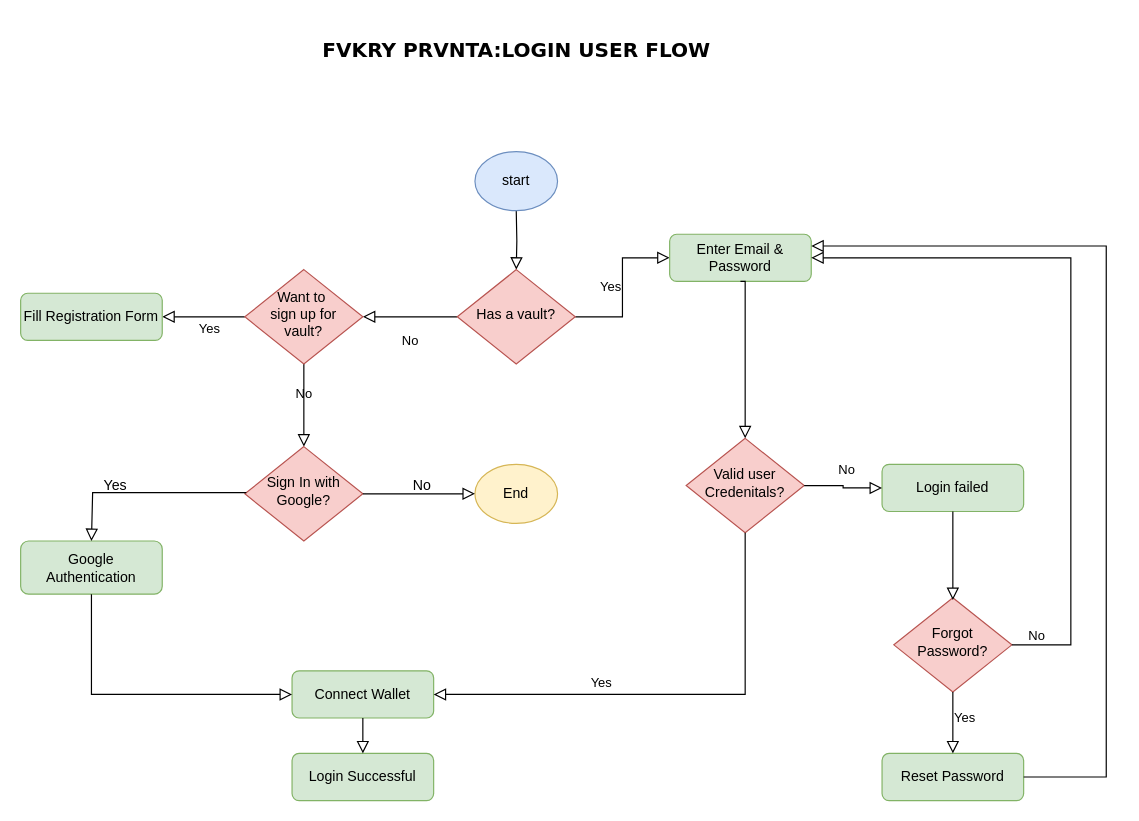
The draw.io diagram diagrams/login.drawio in calebomondi/fvkry-prvnta, before the edit. Source tidied: cells renumbered, new cells numbered last; positions are measured from the earlier drawing's top-left corner, leaving out a move shared by most shapes. Both pictures are drawn from the tidied source at 118%, with x=0, y=0 at pixel (20, 32).
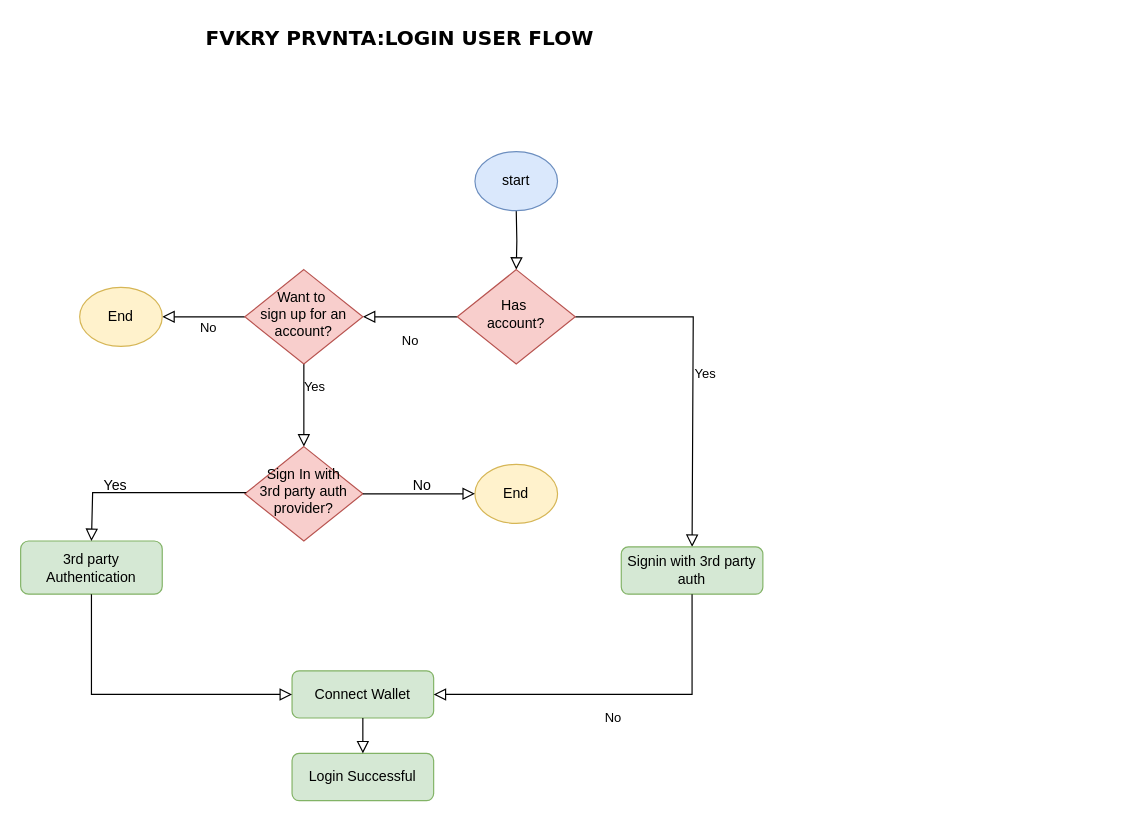
Above is the later version.

Commit message (it also covers changes not shown here):
Added modified user flow diagrams

Unchanged cells that the change refers to:
```xml
<mxCell id="19" value="Connect Wallet" style="rounded=1;whiteSpace=wrap;html=1;fillColor=#d5e8d4;strokeColor=#82b366;" parent="1" vertex="1">
  <mxGeometry x="230" y="541" width="120" height="40" as="geometry" />
</mxCell>
```

Change to the diagram source:
```diff
@@
-    <mxCell id="4" value="Yes" style="edgeStyle=orthogonalEdgeStyle;rounded=0;html=1;jettySize=auto;fontSize=11;endArrow=block;endFill=0;endSize=8;strokeWidth=1;shadow=0;labelBackgroundColor=none;" parent="1" edge="1" source="5" target="6">
-      <mxGeometry y="10" relative="1" as="geometry" />
+    <mxCell id="4" value="Yes" style="edgeStyle=orthogonalEdgeStyle;rounded=0;html=1;jettySize=auto;fontSize=11;endArrow=block;endFill=0;endSize=8;strokeWidth=1;shadow=0;labelBackgroundColor=none;entryX=0.5;entryY=0;entryDx=0;entryDy=0;" parent="1" edge="1" source="5" target="36">
+      <mxGeometry y="10" relative="1" as="geometry">
+        <Array as="points">
+          <mxPoint x="570" y="241" />
+        </Array>
+      </mxGeometry>
     </mxCell>
-    <mxCell id="5" value="Has a vault?" style="rhombus;whiteSpace=wrap;html=1;shadow=0;fontFamily=Helvetica;fontSize=12;align=center;strokeWidth=1;spacing=6;spacingTop=-4;fillColor=#f8cecc;strokeColor=#b85450;" parent="1" vertex="1">
+    <mxCell id="5" value="Has&amp;nbsp;&lt;div&gt;account?&lt;/div&gt;" style="rhombus;whiteSpace=wrap;html=1;shadow=0;fontFamily=Helvetica;fontSize=12;align=center;strokeWidth=1;spacing=6;spacingTop=-4;fillColor=#f8cecc;strokeColor=#b85450;" parent="1" vertex="1">
       <mxGeometry x="370" y="201" width="100" height="80" as="geometry" />
     </mxCell>
-    <mxCell id="6" value="Enter Email &amp;amp;&lt;div&gt;Password&lt;/div&gt;" style="rounded=1;whiteSpace=wrap;html=1;fontSize=12;glass=0;strokeWidth=1;shadow=0;fillColor=#d5e8d4;strokeColor=#82b366;" parent="1" vertex="1">
-      <mxGeometry x="550" y="171" width="120" height="40" as="geometry" />
-    </mxCell>
-    <mxCell id="7" value="Yes" style="rounded=0;html=1;jettySize=auto;fontSize=11;endArrow=block;endFill=0;endSize=8;strokeWidth=1;shadow=0;labelBackgroundColor=none;edgeStyle=orthogonalEdgeStyle;" parent="1" edge="1" source="9" target="10">
-      <mxGeometry x="-0.14" y="10" relative="1" as="geometry" />
+    <mxCell id="7" value="No" style="rounded=0;html=1;jettySize=auto;fontSize=11;endArrow=block;endFill=0;endSize=8;strokeWidth=1;shadow=0;labelBackgroundColor=none;edgeStyle=orthogonalEdgeStyle;" parent="1" edge="1" source="9">
+      <mxGeometry x="-0.11" y="9" relative="1" as="geometry">
+        <mxPoint x="120" y="241" as="targetPoint" />
+      </mxGeometry>
     </mxCell>
-    <mxCell id="8" value="No" style="edgeStyle=orthogonalEdgeStyle;rounded=0;html=1;jettySize=auto;fontSize=11;endArrow=block;endFill=0;endSize=8;strokeWidth=1;shadow=0;labelBackgroundColor=none;" parent="1" edge="1" source="9">
-      <mxGeometry y="10" relative="1" as="geometry">
+    <mxCell id="8" value="Yes" style="edgeStyle=orthogonalEdgeStyle;rounded=0;html=1;jettySize=auto;fontSize=11;endArrow=block;endFill=0;endSize=8;strokeWidth=1;shadow=0;labelBackgroundColor=none;" parent="1" edge="1" source="9">
+      <mxGeometry x="-0.46" y="9" relative="1" as="geometry">
         <mxPoint x="240" y="351" as="targetPoint" />
       </mxGeometry>
     </mxCell>
-    <mxCell id="9" value="Want to&amp;nbsp;&lt;div&gt;sign up for vault?&lt;/div&gt;" style="rhombus;whiteSpace=wrap;html=1;shadow=0;fontFamily=Helvetica;fontSize=12;align=center;strokeWidth=1;spacing=6;spacingTop=-4;fillColor=#f8cecc;strokeColor=#b85450;" parent="1" vertex="1">
+    <mxCell id="9" value="Want to&amp;nbsp;&lt;div&gt;sign up for an account?&lt;/div&gt;" style="rhombus;whiteSpace=wrap;html=1;shadow=0;fontFamily=Helvetica;fontSize=12;align=center;strokeWidth=1;spacing=6;spacingTop=-4;fillColor=#f8cecc;strokeColor=#b85450;" parent="1" vertex="1">
       <mxGeometry x="190" y="201" width="100" height="80" as="geometry" />
     </mxCell>
-    <mxCell id="10" value="Fill Registration Form" style="rounded=1;whiteSpace=wrap;html=1;fontSize=12;glass=0;strokeWidth=1;shadow=0;fillColor=#d5e8d4;strokeColor=#82b366;" parent="1" vertex="1">
-      <mxGeometry y="221" width="120" height="40" as="geometry" />
-    </mxCell>
@@
-    <mxCell id="13" value="Sign In with&lt;div&gt;Google?&lt;/div&gt;" style="rhombus;whiteSpace=wrap;html=1;shadow=0;fontFamily=Helvetica;fontSize=12;align=center;strokeWidth=1;spacing=6;spacingTop=-4;fillColor=#f8cecc;strokeColor=#b85450;" parent="1" vertex="1">
+    <mxCell id="13" value="Sign In with&lt;div&gt;3rd party auth provider?&lt;/div&gt;" style="rhombus;whiteSpace=wrap;html=1;shadow=0;fontFamily=Helvetica;fontSize=12;align=center;strokeWidth=1;spacing=6;spacingTop=-4;fillColor=#f8cecc;strokeColor=#b85450;" parent="1" vertex="1">
       <mxGeometry x="190" y="351" width="100" height="80" as="geometry" />
     </mxCell>
@@
-    <mxCell id="16" value="Google&lt;div&gt;Authentication&lt;/div&gt;" style="rounded=1;whiteSpace=wrap;html=1;fillColor=#d5e8d4;strokeColor=#82b366;" parent="1" vertex="1">
+    <mxCell id="16" value="3rd party&lt;div&gt;Authentication&lt;/div&gt;" style="rounded=1;whiteSpace=wrap;html=1;fillColor=#d5e8d4;strokeColor=#82b366;" parent="1" vertex="1">
       <mxGeometry y="431" width="120" height="45" as="geometry" />
     </mxCell>
@@
-    <mxCell id="21" value="Valid&amp;nbsp;&lt;span style=&quot;background-color: initial;&quot;&gt;user&lt;/span&gt;&lt;div&gt;Credenitals?&lt;/div&gt;" style="rhombus;whiteSpace=wrap;html=1;shadow=0;fontFamily=Helvetica;fontSize=12;align=center;strokeWidth=1;spacing=6;spacingTop=-4;fillColor=#f8cecc;strokeColor=#b85450;" parent="1" vertex="1">
-      <mxGeometry x="564" y="344" width="100" height="80" as="geometry" />
-    </mxCell>
-    <mxCell id="22" value="Yes" style="rounded=0;html=1;jettySize=auto;fontSize=11;endArrow=block;endFill=0;endSize=8;strokeWidth=1;shadow=0;labelBackgroundColor=none;edgeStyle=orthogonalEdgeStyle;entryX=1;entryY=0.5;entryDx=0;entryDy=0;exitX=0.5;exitY=1;exitDx=0;exitDy=0;" parent="1" edge="1" source="21" target="19">
-      <mxGeometry x="0.29" y="-10" relative="1" as="geometry">
-        <Array as="points">
-          <mxPoint x="614" y="561" />
-        </Array>
-      </mxGeometry>
-    </mxCell>
-    <mxCell id="23" style="rounded=0;html=1;jettySize=auto;fontSize=11;endArrow=block;endFill=0;endSize=8;strokeWidth=1;shadow=0;labelBackgroundColor=none;edgeStyle=orthogonalEdgeStyle;entryX=0.5;entryY=0;entryDx=0;entryDy=0;exitX=0.5;exitY=1;exitDx=0;exitDy=0;" parent="1" edge="1" source="6" target="21">
-      <mxGeometry relative="1" as="geometry">
-        <Array as="points">
-          <mxPoint x="614" y="211" />
-        </Array>
-      </mxGeometry>
-    </mxCell>
-    <mxCell id="24" value="Login failed" style="rounded=1;whiteSpace=wrap;html=1;fontSize=12;glass=0;strokeWidth=1;shadow=0;fillColor=#d5e8d4;strokeColor=#82b366;" parent="1" vertex="1">
-      <mxGeometry x="730" y="366" width="120" height="40" as="geometry" />
-    </mxCell>
-    <mxCell id="25" value="No" style="rounded=0;html=1;jettySize=auto;fontSize=11;endArrow=block;endFill=0;endSize=8;strokeWidth=1;shadow=0;labelBackgroundColor=none;edgeStyle=orthogonalEdgeStyle;entryX=0;entryY=0.5;entryDx=0;entryDy=0;exitX=1;exitY=0.5;exitDx=0;exitDy=0;" parent="1" edge="1" source="21" target="24">
-      <mxGeometry x="-0.02" y="13" relative="1" as="geometry">
-        <mxPoint x="-10" y="-13" as="offset" />
-      </mxGeometry>
-    </mxCell>
-    <mxCell id="26" value="Forgot&lt;div&gt;Password?&lt;/div&gt;" style="rhombus;whiteSpace=wrap;html=1;shadow=0;fontFamily=Helvetica;fontSize=12;align=center;strokeWidth=1;spacing=6;spacingTop=-4;fillColor=#f8cecc;strokeColor=#b85450;" parent="1" vertex="1">
-      <mxGeometry x="740" y="479" width="100" height="80" as="geometry" />
-    </mxCell>
-    <mxCell id="27" style="rounded=0;html=1;jettySize=auto;fontSize=11;endArrow=block;endFill=0;endSize=8;strokeWidth=1;shadow=0;labelBackgroundColor=none;edgeStyle=orthogonalEdgeStyle;exitX=0.5;exitY=1;exitDx=0;exitDy=0;" parent="1" edge="1" source="24">
-      <mxGeometry relative="1" as="geometry">
-        <mxPoint x="790" y="481" as="targetPoint" />
-      </mxGeometry>
-    </mxCell>
-    <mxCell id="28" value="Reset Password" style="rounded=1;whiteSpace=wrap;html=1;fontSize=12;glass=0;strokeWidth=1;shadow=0;fillColor=#d5e8d4;strokeColor=#82b366;" parent="1" vertex="1">
-      <mxGeometry x="730" y="611" width="120" height="40" as="geometry" />
-    </mxCell>
-    <mxCell id="29" value="Yes" style="rounded=0;html=1;jettySize=auto;fontSize=11;endArrow=block;endFill=0;endSize=8;strokeWidth=1;shadow=0;labelBackgroundColor=none;edgeStyle=orthogonalEdgeStyle;entryX=0.5;entryY=0;entryDx=0;entryDy=0;exitX=0.5;exitY=1;exitDx=0;exitDy=0;" parent="1" edge="1" source="26" target="28">
-      <mxGeometry x="-0.15" y="10" relative="1" as="geometry" />
-    </mxCell>
-    <mxCell id="30" value="No" style="rounded=0;html=1;jettySize=auto;fontSize=11;endArrow=block;endFill=0;endSize=8;strokeWidth=1;shadow=0;labelBackgroundColor=none;edgeStyle=orthogonalEdgeStyle;exitX=1;exitY=0.5;exitDx=0;exitDy=0;entryX=1;entryY=0.5;entryDx=0;entryDy=0;" parent="1" edge="1" source="26" target="6">
-      <mxGeometry x="-0.93" y="8" relative="1" as="geometry">
-        <Array as="points">
-          <mxPoint x="890" y="519" />
-          <mxPoint x="890" y="191" />
-        </Array>
-      </mxGeometry>
-    </mxCell>
-    <mxCell id="31" style="rounded=0;html=1;jettySize=auto;fontSize=11;endArrow=block;endFill=0;endSize=8;strokeWidth=1;shadow=0;labelBackgroundColor=none;edgeStyle=orthogonalEdgeStyle;exitX=1;exitY=0.5;exitDx=0;exitDy=0;entryX=1;entryY=0.25;entryDx=0;entryDy=0;" parent="1" edge="1" source="28" target="6">
-      <mxGeometry y="20" relative="1" as="geometry">
-        <Array as="points">
-          <mxPoint x="920" y="631" />
-          <mxPoint x="920" y="181" />
-        </Array>
-      </mxGeometry>
-    </mxCell>
@@
     <mxCell id="34" value="&lt;b&gt;&lt;font face=&quot;Verdana&quot; style=&quot;font-size: 17px;&quot;&gt;FVKRY PRVNTA:LOGIN USER FLOW&lt;/font&gt;&lt;/b&gt;" style="text;html=1;align=center;verticalAlign=middle;strokeColor=none;fillColor=none;" parent="1" vertex="1">
-      <mxGeometry x="240" width="360" height="30" as="geometry" />
+      <mxGeometry x="141" y="-10" width="360" height="30" as="geometry" />
     </mxCell>
+    <mxCell id="35" value="End" style="ellipse;whiteSpace=wrap;html=1;fillColor=#fff2cc;strokeColor=#d6b656;" parent="1" vertex="1">
+      <mxGeometry x="50" y="216" width="70" height="50" as="geometry" />
+    </mxCell>
+    <mxCell id="36" value="Signin with 3rd party auth" style="rounded=1;whiteSpace=wrap;html=1;fillColor=#d5e8d4;strokeColor=#82b366;" parent="1" vertex="1">
+      <mxGeometry x="509" y="436" width="120" height="40" as="geometry" />
+    </mxCell>
+    <mxCell id="37" value="No" style="rounded=0;html=1;jettySize=auto;fontSize=11;endArrow=block;endFill=0;endSize=8;strokeWidth=1;shadow=0;labelBackgroundColor=none;edgeStyle=orthogonalEdgeStyle;entryX=1;entryY=0.5;entryDx=0;entryDy=0;exitX=0.5;exitY=1;exitDx=0;exitDy=0;" parent="1" edge="1" source="36" target="19">
+      <mxGeometry y="20" relative="1" as="geometry" />
+    </mxCell>
```
